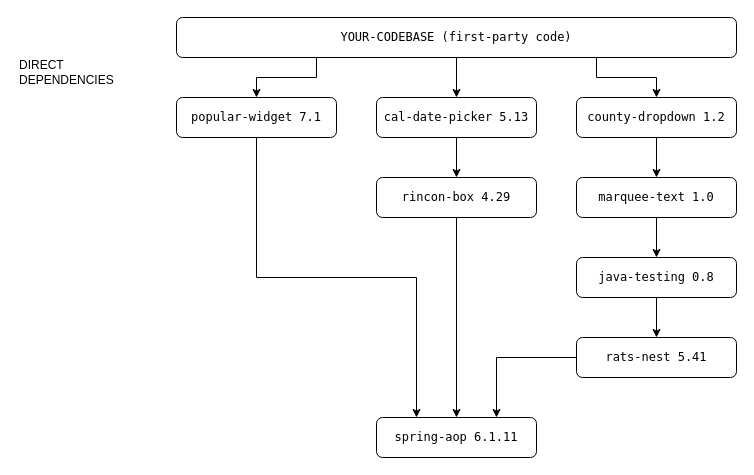
s-santillan/semgrep-docs-diagrams keeps this draw.io diagram as Reachability.drawio. Above is the earlier version. Source tidied: cells renumbered, new cells numbered last; positions are measured from the earlier drawing's top-left corner, leaving out a move shared by most shapes. Both pictures are drawn from the tidied source at 100%, with x=0, y=0 at pixel (17, 17).
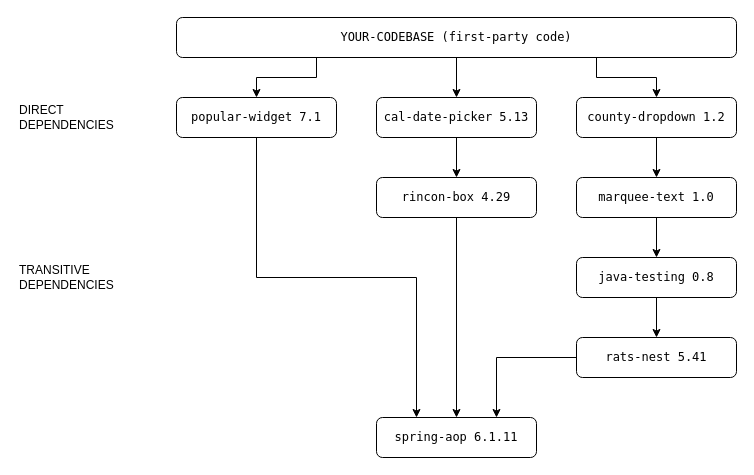
The same diagram, later.

Commit message:
finalize labels

Diff of the diagram source:
```diff
@@
-    <mxCell id="21" value="DIRECT DEPENDENCIES" style="text;html=1;align=left;verticalAlign=middle;whiteSpace=wrap;rounded=0;" parent="1" vertex="1">
-      <mxGeometry y="40" width="60" height="30" as="geometry" />
+    <mxCell id="21" value="TRANSITIVE DEPENDENCIES" style="text;html=1;align=left;verticalAlign=middle;whiteSpace=wrap;rounded=0;" parent="1" vertex="1">
+      <mxGeometry y="240" width="120" height="40" as="geometry" />
     </mxCell>
+    <mxCell id="22" value="DIRECT DEPENDENCIES" style="text;html=1;align=left;verticalAlign=middle;whiteSpace=wrap;rounded=0;" parent="1" vertex="1">
+      <mxGeometry y="80" width="120" height="40" as="geometry" />
+    </mxCell>
```
